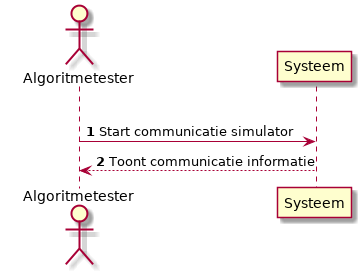
The PlantUML diagram Docs/DesignDocumenten/UML/out/usecase/sequence/Simulerendraadlozecommunicatie/Simulerendraadlozecommunicatie.png in mauriceberentsen/Automated-Drone-Distribution-Network, before a commit.
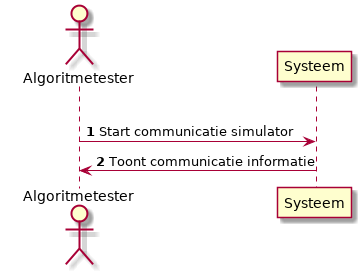
Above is the later version.

Diff of the diagram source:
```diff
@@ -6,6 +6,6 @@
 
 alt
 AT -> sys : Start communicatie simulator
-AT <-- sys : Toont communicatie informatie
+AT <- sys : Toont communicatie informatie
 
 @enduml
```
